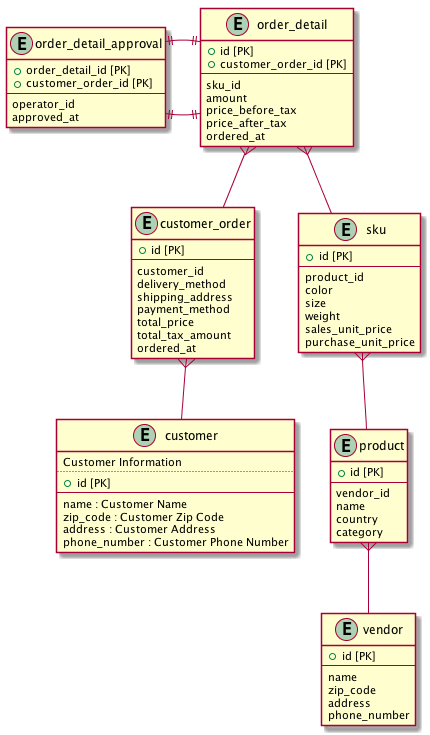
Above: example/example_gen.png in achiku/planter (PlantUML), before the change.
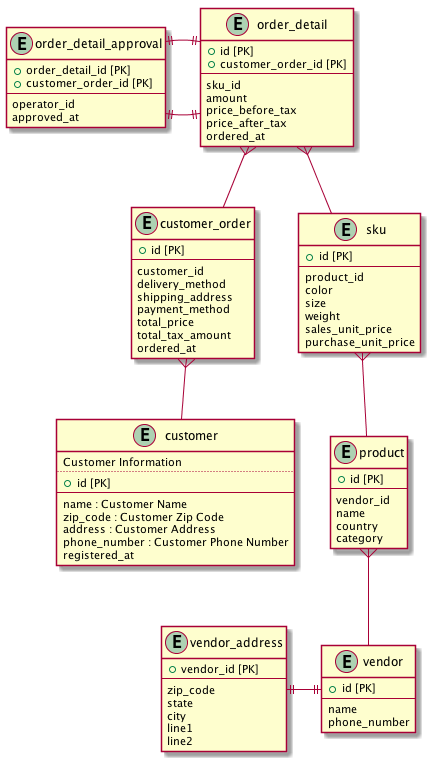
Later version of the same file.

Change to the diagram source:
```diff
@@ -9,6 +9,7 @@
   zip_code : Customer Zip Code
   address : Customer Address
   phone_number : Customer Phone Number
+  registered_at
 }
 
 entity "customer_order" {
@@ -66,16 +67,24 @@
   + id [PK]
   --
   name
+  phone_number
+}
+
+entity "vendor_address" {
+  + vendor_id [PK]
+  --
   zip_code
-  address
-  phone_number
+  state
+  city
+  line1
+  line2
 }
 
  customer_order }-- customer
 
+ order_detail }-- customer_order
+
  order_detail }-- sku
-
- order_detail }-- customer_order
 
  order_detail_approval ||-|| order_detail
 
@@ -84,4 +93,6 @@
  product }-- vendor
 
  sku }-- product
+
+ vendor_address ||-|| vendor
 @enduml
```
